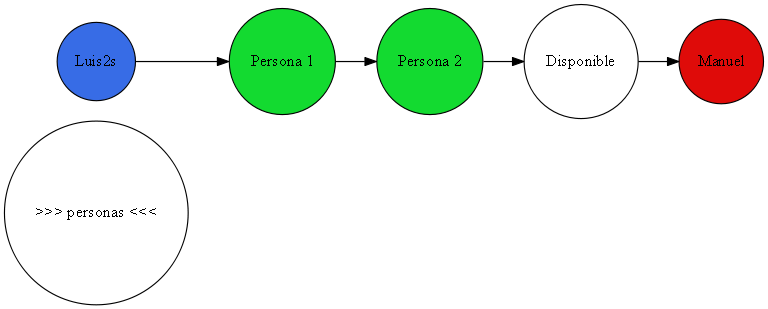
Above: Imagen_Reporte.gv.png in bram814/-LFP-Proyecto2_201800937 (Graphviz), before the change. Its source is kept beside it as Imagen_Reporte.gv. The source it was exported from:
```dot
digraph Imagen_Reporte {
	rankdir=LR size="8,5"
	node [shape=circle]
	Luis2s [fillcolor="#376ce6" style=filled]
	"Persona 1" [fillcolor="#13da30" style=filled]
	"Persona 2" [fillcolor="#13da30" style=filled]
	Disponible [fillcolor="#ffffff" style=filled]
	Manuel [fillcolor="#df0b09" style=filled]
	Luis2s -> "Persona 1" [label=""]
	"Persona 1" -> "Persona 2" [label=""]
	"Persona 2" -> Disponible [label=""]
	Disponible -> Manuel [label=""]
}
```
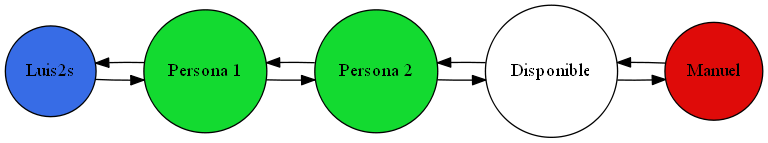
After the change.

Diff of the diagram source:
```diff
@@ -7,7 +7,11 @@
 	Disponible [fillcolor="#ffffff" style=filled]
 	Manuel [fillcolor="#df0b09" style=filled]
 	Luis2s -> "Persona 1" [label=""]
+	"Persona 1" -> Luis2s [label=""]
 	"Persona 1" -> "Persona 2" [label=""]
+	"Persona 2" -> "Persona 1" [label=""]
 	"Persona 2" -> Disponible [label=""]
+	Disponible -> "Persona 2" [label=""]
 	Disponible -> Manuel [label=""]
+	Manuel -> Disponible [label=""]
 }
```
